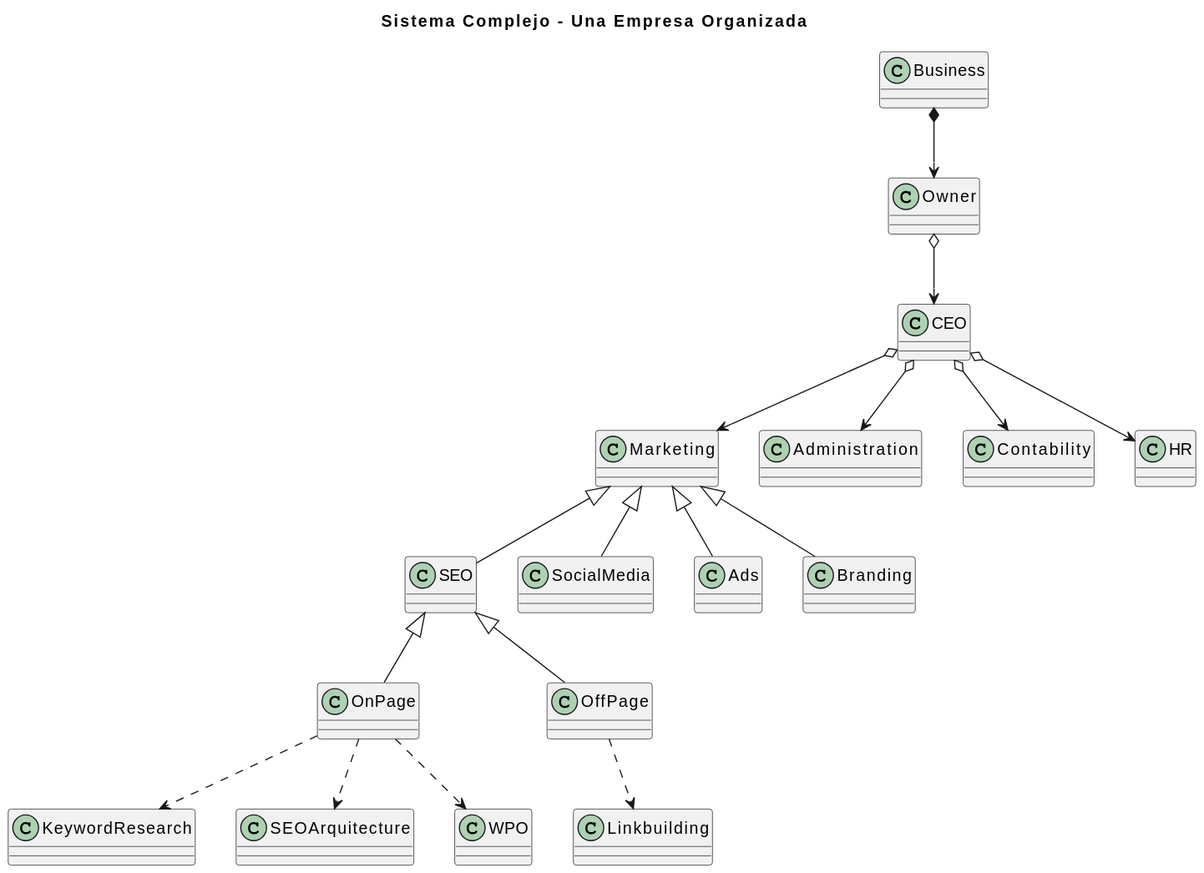
Earlier version of the PlantUML export Complejidad/Ejercicios Tema Complejidad/img/ejercicio-complejidad-ejemplo-jerarquia-sistema-complejo.svg (BernatQI/Master-Programacion-Diseno-Software). The source it was exported from:
```plantuml
@startuml
Title Sistema Complejo - Una Empresa Organizada

class Business

class Owner

class CEO

class Administration
class Contability
class HR
class Marketing

class SEO
class SocialMedia
class Ads
class Branding

class OnPage
class OffPage

class KeywordResearch
class SEOArquitecture
class WPO
class Linkbuilding

Business *-down-> Owner

Owner o-down-> CEO

CEO o-down-> Administration
CEO o-down-> Contability
CEO o-down-> HR
CEO o-down-> Marketing

SEO -up-|> Marketing
SocialMedia -up-|> Marketing
Ads -up-|> Marketing
Branding -up-|> Marketing

OnPage -up-|> SEO
OffPage -up-|> SEO

OnPage .down.> KeywordResearch
OnPage .down.> SEOArquitecture
OnPage .down.> WPO

OffPage .down.> Linkbuilding
@enduml
```
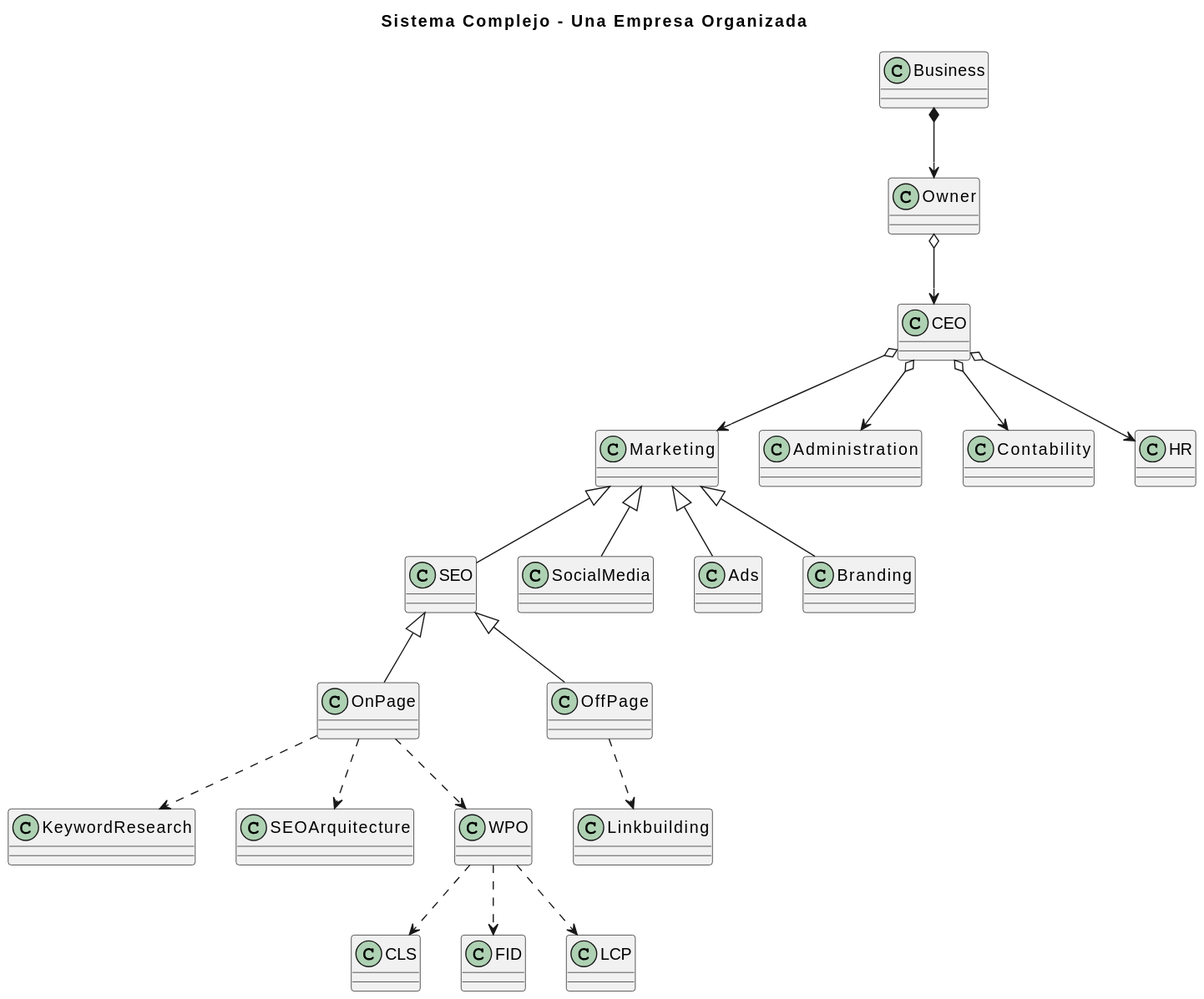
The same file after the commit.

What changed in the source:
```diff
@@ -25,6 +25,10 @@
 class WPO
 class Linkbuilding
 
+class CLS
+class FID
+class LCP
+
 Business *-down-> Owner
 
 Owner o-down-> CEO
@@ -47,4 +51,8 @@
 OnPage .down.> WPO
 
 OffPage .down.> Linkbuilding
+
+WPO -down.> CLS
+WPO -down.> FID
+WPO -down.> LCP
 @enduml
```
